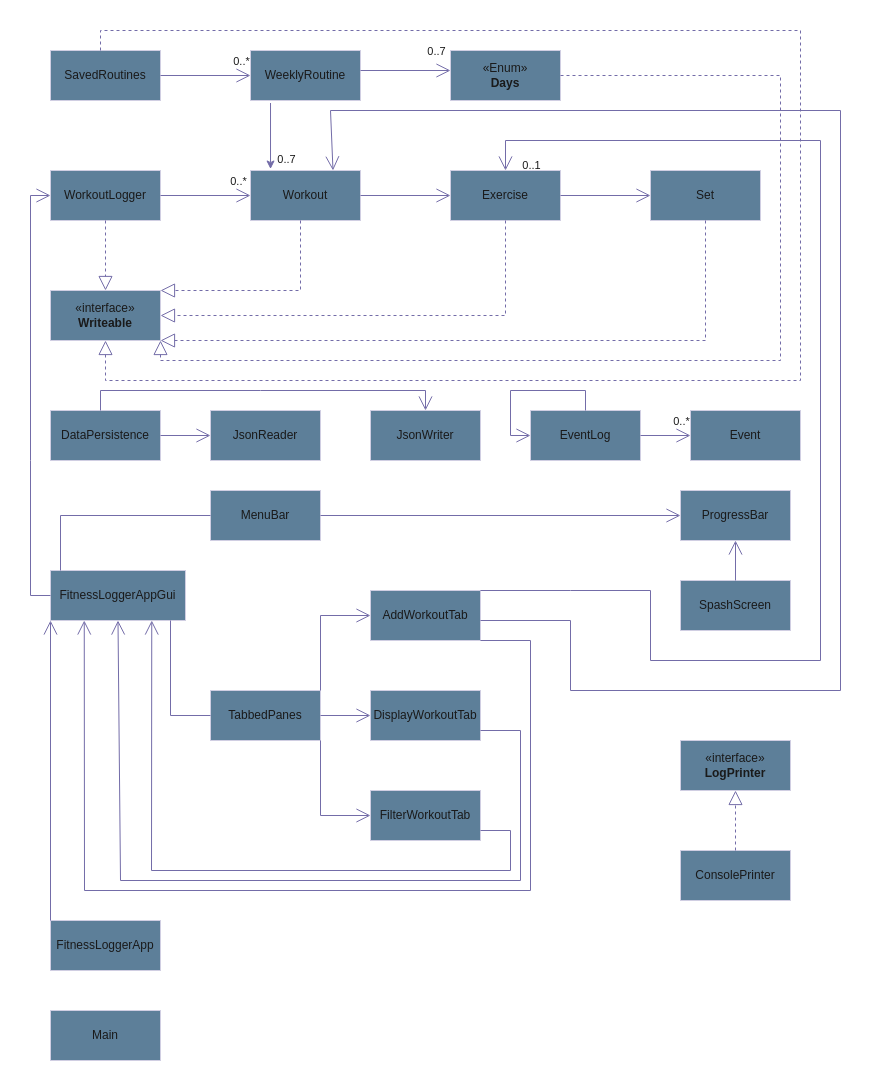
jason-mac/cpsc-210 keeps this draw.io diagram as Untitled Diagram.drawio. Above is the earlier version. Source tidied: cells renumbered, new cells numbered last; positions are measured from the earlier drawing's top-left corner, leaving out a move shared by most shapes. Both pictures are drawn from the tidied source at 100%, with x=0, y=0 at pixel (30, 30).
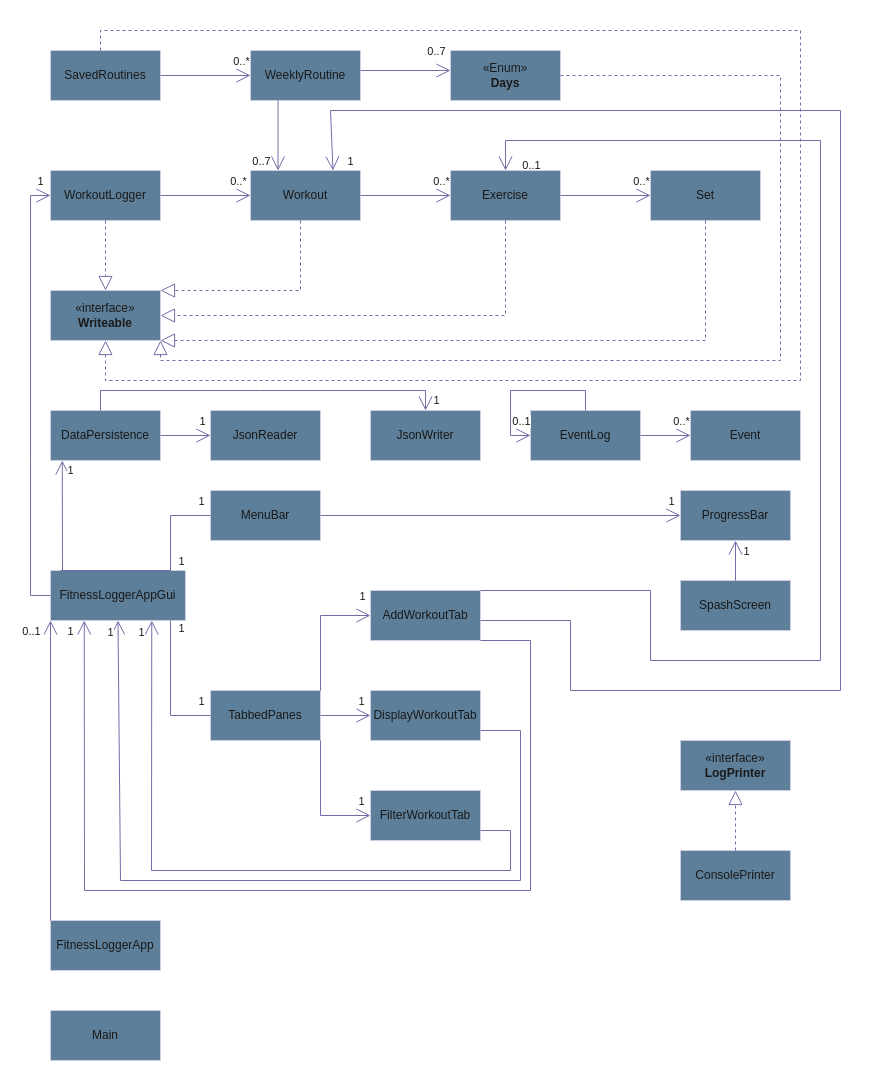
The same page after the edit.

Unchanged cells that the change refers to:
```xml
<mxCell id="5" value="WeeklyRoutine" style="html=1;whiteSpace=wrap;labelBackgroundColor=none;fillColor=#5D7F99;strokeColor=#D0CEE2;fontColor=#1A1A1A;" parent="1" vertex="1">
  <mxGeometry x="220" y="20" width="110" height="50" as="geometry" />
</mxCell>
<mxCell id="6" value="Workout" style="html=1;whiteSpace=wrap;labelBackgroundColor=none;fillColor=#5D7F99;strokeColor=#D0CEE2;fontColor=#1A1A1A;" parent="1" vertex="1">
  <mxGeometry x="220" y="140" width="110" height="50" as="geometry" />
</mxCell>
<mxCell id="12" value="DataPersistence" style="html=1;whiteSpace=wrap;labelBackgroundColor=none;fillColor=#5D7F99;strokeColor=#D0CEE2;fontColor=#1A1A1A;" parent="1" vertex="1">
  <mxGeometry x="20" y="380" width="110" height="50" as="geometry" />
</mxCell>
<mxCell id="23" value="MenuBar" style="html=1;whiteSpace=wrap;labelBackgroundColor=none;fillColor=#5D7F99;strokeColor=#D0CEE2;fontColor=#1A1A1A;" parent="1" vertex="1">
  <mxGeometry x="180" y="460" width="110" height="50" as="geometry" />
</mxCell>
<mxCell id="38" style="endArrow=open;endFill=1;endSize=12;html=1;rounded=0;entryX=0.5;entryY=0;entryDx=0;entryDy=0;labelBackgroundColor=none;strokeColor=#736CA8;fontColor=default;" parent="1" edge="1" target="11">
  <mxGeometry relative="1" as="geometry">
    <mxPoint x="70" y="380" as="sourcePoint" />
    <Array as="points">
      <mxPoint x="70" y="360" />
      <mxPoint x="230" y="360" />
      <mxPoint x="395" y="360" />
    </Array>
  </mxGeometry>
</mxCell>
<mxCell id="39" style="endArrow=open;endFill=1;endSize=12;html=1;rounded=0;exitX=1;exitY=0.5;exitDx=0;exitDy=0;entryX=0;entryY=0.5;entryDx=0;entryDy=0;labelBackgroundColor=none;strokeColor=#736CA8;fontColor=default;" parent="1" edge="1" source="12" target="10">
  <mxGeometry relative="1" as="geometry" />
</mxCell>
<mxCell id="40" style="endArrow=open;endFill=1;endSize=12;html=1;rounded=0;exitX=0.5;exitY=0;exitDx=0;exitDy=0;entryX=0;entryY=0.5;entryDx=0;entryDy=0;labelBackgroundColor=none;strokeColor=#736CA8;fontColor=default;" parent="1" edge="1" source="14" target="14">
  <mxGeometry relative="1" as="geometry">
    <Array as="points">
      <mxPoint x="555" y="360" />
      <mxPoint x="480" y="360" />
      <mxPoint x="480" y="405" />
    </Array>
  </mxGeometry>
</mxCell>
<mxCell id="44" style="endArrow=open;endFill=1;endSize=12;html=1;rounded=0;entryX=0;entryY=0.5;entryDx=0;entryDy=0;exitX=0;exitY=0.5;exitDx=0;exitDy=0;labelBackgroundColor=none;strokeColor=#736CA8;fontColor=default;" parent="1" edge="1" source="19" target="7">
  <mxGeometry relative="1" as="geometry">
    <Array as="points">
      <mxPoint y="565" />
      <mxPoint y="430" />
      <mxPoint y="165" />
    </Array>
  </mxGeometry>
</mxCell>
<mxCell id="46" style="endArrow=none;html=1;edgeStyle=orthogonalEdgeStyle;rounded=0;entryX=0;entryY=0.5;entryDx=0;entryDy=0;labelBackgroundColor=none;strokeColor=#736CA8;fontColor=default;" parent="1" edge="1" target="25">
  <mxGeometry relative="1" as="geometry">
    <mxPoint x="140" y="590" as="sourcePoint" />
    <Array as="points">
      <mxPoint x="140" y="685" />
    </Array>
  </mxGeometry>
</mxCell>
<mxCell id="47" style="endArrow=open;endFill=1;endSize=12;html=1;rounded=0;entryX=0.25;entryY=1;entryDx=0;entryDy=0;exitX=1;exitY=1;exitDx=0;exitDy=0;labelBackgroundColor=none;strokeColor=#736CA8;fontColor=default;" parent="1" edge="1" source="26" target="19">
  <mxGeometry relative="1" as="geometry">
    <Array as="points">
      <mxPoint x="500" y="610" />
      <mxPoint x="500" y="860" />
      <mxPoint x="54" y="860" />
    </Array>
  </mxGeometry>
</mxCell>
<mxCell id="48" style="endArrow=open;endFill=1;endSize=12;html=1;rounded=0;entryX=0.5;entryY=1;entryDx=0;entryDy=0;labelBackgroundColor=none;strokeColor=#736CA8;fontColor=default;" parent="1" edge="1" target="19">
  <mxGeometry relative="1" as="geometry">
    <mxPoint x="450" y="700" as="sourcePoint" />
    <Array as="points">
      <mxPoint x="490" y="700" />
      <mxPoint x="490" y="850" />
      <mxPoint x="90" y="850" />
    </Array>
  </mxGeometry>
</mxCell>
<mxCell id="49" style="endArrow=open;endFill=1;endSize=12;html=1;rounded=0;entryX=0.75;entryY=1;entryDx=0;entryDy=0;labelBackgroundColor=none;strokeColor=#736CA8;fontColor=default;" parent="1" edge="1" target="19">
  <mxGeometry relative="1" as="geometry">
    <mxPoint x="450" y="800" as="sourcePoint" />
    <Array as="points">
      <mxPoint x="480" y="800" />
      <mxPoint x="480" y="840" />
      <mxPoint x="121" y="840" />
    </Array>
  </mxGeometry>
</mxCell>
<mxCell id="50" style="endArrow=open;endFill=1;endSize=12;html=1;rounded=0;entryX=0;entryY=0.5;entryDx=0;entryDy=0;labelBackgroundColor=none;strokeColor=#736CA8;fontColor=default;" parent="1" edge="1" target="26">
  <mxGeometry relative="1" as="geometry">
    <mxPoint x="290" y="660" as="sourcePoint" />
    <Array as="points">
      <mxPoint x="290" y="585" />
    </Array>
  </mxGeometry>
</mxCell>
<mxCell id="51" style="endArrow=open;endFill=1;endSize=12;html=1;rounded=0;exitX=1;exitY=0.5;exitDx=0;exitDy=0;entryX=0;entryY=0.5;entryDx=0;entryDy=0;labelBackgroundColor=none;strokeColor=#736CA8;fontColor=default;" parent="1" edge="1" source="25" target="27">
  <mxGeometry relative="1" as="geometry" />
</mxCell>
<mxCell id="52" style="endArrow=open;endFill=1;endSize=12;html=1;rounded=0;entryX=0;entryY=0.5;entryDx=0;entryDy=0;labelBackgroundColor=none;strokeColor=#736CA8;fontColor=default;" parent="1" edge="1" target="28">
  <mxGeometry relative="1" as="geometry">
    <mxPoint x="290" y="710" as="sourcePoint" />
    <Array as="points">
      <mxPoint x="290" y="785" />
    </Array>
  </mxGeometry>
</mxCell>
<mxCell id="53" style="endArrow=open;endFill=1;endSize=12;html=1;rounded=0;entryX=0;entryY=0.5;entryDx=0;entryDy=0;labelBackgroundColor=none;strokeColor=#736CA8;fontColor=default;" parent="1" edge="1" source="23" target="22">
  <mxGeometry relative="1" as="geometry" />
</mxCell>
<mxCell id="54" style="endArrow=open;endFill=1;endSize=12;html=1;rounded=0;exitX=0.5;exitY=0;exitDx=0;exitDy=0;entryX=0.5;entryY=1;entryDx=0;entryDy=0;labelBackgroundColor=none;strokeColor=#736CA8;fontColor=default;" parent="1" edge="1" source="24" target="22">
  <mxGeometry relative="1" as="geometry" />
</mxCell>
<mxCell id="55" style="endArrow=open;endFill=1;endSize=12;html=1;rounded=0;entryX=0;entryY=1;entryDx=0;entryDy=0;labelBackgroundColor=none;strokeColor=#736CA8;fontColor=default;" parent="1" edge="1" target="19">
  <mxGeometry relative="1" as="geometry">
    <mxPoint x="20" y="890" as="sourcePoint" />
  </mxGeometry>
</mxCell>
<mxCell id="59" style="endArrow=open;endFill=1;endSize=12;html=1;rounded=0;entryX=0.75;entryY=0;entryDx=0;entryDy=0;labelBackgroundColor=none;strokeColor=#736CA8;fontColor=default;" parent="1" edge="1" target="6">
  <mxGeometry relative="1" as="geometry">
    <mxPoint x="450" y="590" as="sourcePoint" />
    <Array as="points">
      <mxPoint x="540" y="590" />
      <mxPoint x="540" y="660" />
      <mxPoint x="810" y="660" />
      <mxPoint x="810" y="80" />
      <mxPoint x="300" y="80" />
    </Array>
  </mxGeometry>
</mxCell>
<mxCell id="62" style="endArrow=open;endFill=1;endSize=12;html=1;rounded=0;strokeColor=#736CA8;fontColor=#1A1A1A;exitX=1;exitY=0.5;exitDx=0;exitDy=0;entryX=0;entryY=0.5;entryDx=0;entryDy=0;" parent="1" edge="1" source="6" target="9">
  <mxGeometry relative="1" as="geometry" />
</mxCell>
<mxCell id="63" style="endArrow=open;endFill=1;endSize=12;html=1;rounded=0;strokeColor=#736CA8;fontColor=#1A1A1A;exitX=1;exitY=0.5;exitDx=0;exitDy=0;entryX=0;entryY=0.5;entryDx=0;entryDy=0;" parent="1" edge="1" source="9" target="8">
  <mxGeometry relative="1" as="geometry" />
</mxCell>
```

Diff of the diagram source:
```diff
@@
-    <mxCell id="3" style="edgeStyle=orthogonalEdgeStyle;rounded=0;jettySize=auto;html=1;exitX=0.182;exitY=1.05;exitDx=0;exitDy=0;entryX=0.182;entryY=-0.03;entryDx=0;entryDy=0;exitPerimeter=0;entryPerimeter=0;labelBackgroundColor=none;strokeColor=#736CA8;fontColor=default;" parent="1" edge="1" source="5" target="6">
-      <mxGeometry relative="1" as="geometry" />
-    </mxCell>
-    <mxCell id="4" value="0..7" style="edgeLabel;html=1;align=center;verticalAlign=middle;labelBackgroundColor=none;fontColor=#1A1A1A;" parent="3" vertex="1">
-      <mxGeometry x="0.86" y="2" relative="1" as="geometry">
-        <mxPoint x="13" y="-5" as="offset" />
-      </mxGeometry>
-    </mxCell>
@@
+    <mxCell id="64" value="1" style="edgeLabel;html=1;align=center;verticalAlign=middle;strokeColor=#D0CEE2;fontColor=#1A1A1A;fillColor=#5D7F99;" parent="38" vertex="1">
+      <mxGeometry x="0.94" y="-1" relative="1" as="geometry">
+        <mxPoint x="11" as="offset" />
+      </mxGeometry>
+    </mxCell>
@@
+    <mxCell id="65" value="1" style="edgeLabel;html=1;align=center;verticalAlign=middle;strokeColor=#D0CEE2;fontColor=#1A1A1A;fillColor=#5D7F99;" parent="39" vertex="1">
+      <mxGeometry x="0.62" y="1" relative="1" as="geometry">
+        <mxPoint y="-14" as="offset" />
+      </mxGeometry>
+    </mxCell>
@@
+    <mxCell id="66" value="0..1" style="edgeLabel;html=1;align=center;verticalAlign=middle;strokeColor=#D0CEE2;fontColor=#1A1A1A;fillColor=#5D7F99;" parent="40" vertex="1">
+      <mxGeometry x="0.88" y="-2" relative="1" as="geometry">
+        <mxPoint y="-17" as="offset" />
+      </mxGeometry>
+    </mxCell>
@@
+    <mxCell id="67" value="1" style="edgeLabel;html=1;align=center;verticalAlign=middle;strokeColor=#D0CEE2;fontColor=#1A1A1A;fillColor=#5D7F99;" parent="44" vertex="1">
+      <mxGeometry x="0.95" y="-1" relative="1" as="geometry">
+        <mxPoint y="-16" as="offset" />
+      </mxGeometry>
+    </mxCell>
     <mxCell id="45" style="endArrow=none;html=1;edgeStyle=orthogonalEdgeStyle;rounded=0;entryX=0;entryY=0.5;entryDx=0;entryDy=0;labelBackgroundColor=none;strokeColor=#736CA8;fontColor=default;" parent="1" edge="1" target="23">
       <mxGeometry relative="1" as="geometry">
         <mxPoint x="30" y="540" as="sourcePoint" />
         <Array as="points">
-          <mxPoint x="30" y="485" />
+          <mxPoint x="140" y="540" />
+          <mxPoint x="140" y="485" />
         </Array>
       </mxGeometry>
     </mxCell>
+    <mxCell id="68" value="1" style="edgeLabel;html=1;align=center;verticalAlign=middle;strokeColor=#D0CEE2;fontColor=#1A1A1A;fillColor=#5D7F99;" parent="45" vertex="1">
+      <mxGeometry x="-0.9" y="2" relative="1" as="geometry">
+        <mxPoint x="110" y="-8" as="offset" />
+      </mxGeometry>
+    </mxCell>
+    <mxCell id="69" value="1" style="edgeLabel;html=1;align=center;verticalAlign=middle;strokeColor=#D0CEE2;fontColor=#1A1A1A;fillColor=#5D7F99;" parent="45" vertex="1">
+      <mxGeometry x="0.83" y="1" relative="1" as="geometry">
+        <mxPoint x="7" y="-14" as="offset" />
+      </mxGeometry>
+    </mxCell>
@@
+    <mxCell id="70" value="1" style="edgeLabel;html=1;align=center;verticalAlign=middle;strokeColor=#D0CEE2;fontColor=#1A1A1A;fillColor=#5D7F99;" parent="46" vertex="1">
+      <mxGeometry x="0.81" y="1" relative="1" as="geometry">
+        <mxPoint x="3" y="-14" as="offset" />
+      </mxGeometry>
+    </mxCell>
+    <mxCell id="71" value="1" style="edgeLabel;html=1;align=center;verticalAlign=middle;strokeColor=#D0CEE2;fontColor=#1A1A1A;fillColor=#5D7F99;" parent="46" vertex="1">
+      <mxGeometry x="-0.9" y="-1" relative="1" as="geometry">
+        <mxPoint x="11" as="offset" />
+      </mxGeometry>
+    </mxCell>
@@
+    <mxCell id="72" value="1" style="edgeLabel;html=1;align=center;verticalAlign=middle;strokeColor=#D0CEE2;fontColor=#1A1A1A;fillColor=#5D7F99;" parent="47" vertex="1">
+      <mxGeometry x="0.98" y="-2" relative="1" as="geometry">
+        <mxPoint x="-16" y="1" as="offset" />
+      </mxGeometry>
+    </mxCell>
@@
+    <mxCell id="73" value="1" style="edgeLabel;html=1;align=center;verticalAlign=middle;strokeColor=#D0CEE2;fontColor=#1A1A1A;fillColor=#5D7F99;" parent="48" vertex="1">
+      <mxGeometry x="0.98" y="-1" relative="1" as="geometry">
+        <mxPoint x="-9" y="3" as="offset" />
+      </mxGeometry>
+    </mxCell>
@@
+    <mxCell id="74" value="1" style="edgeLabel;html=1;align=center;verticalAlign=middle;strokeColor=#D0CEE2;fontColor=#1A1A1A;fillColor=#5D7F99;" parent="49" vertex="1">
+      <mxGeometry x="0.97" y="-1" relative="1" as="geometry">
+        <mxPoint x="-12" y="1" as="offset" />
+      </mxGeometry>
+    </mxCell>
@@
+    <mxCell id="75" value="1" style="edgeLabel;html=1;align=center;verticalAlign=middle;strokeColor=#D0CEE2;fontColor=#1A1A1A;fillColor=#5D7F99;" parent="50" vertex="1">
+      <mxGeometry x="0.8" y="-1" relative="1" as="geometry">
+        <mxPoint x="3" y="-21" as="offset" />
+      </mxGeometry>
+    </mxCell>
@@
+    <mxCell id="76" value="1" style="edgeLabel;html=1;align=center;verticalAlign=middle;strokeColor=#D0CEE2;fontColor=#1A1A1A;fillColor=#5D7F99;" parent="51" vertex="1">
+      <mxGeometry x="0.65" y="1" relative="1" as="geometry">
+        <mxPoint x="-1" y="-14" as="offset" />
+      </mxGeometry>
+    </mxCell>
@@
+    <mxCell id="77" value="1" style="edgeLabel;html=1;align=center;verticalAlign=middle;strokeColor=#D0CEE2;fontColor=#1A1A1A;fillColor=#5D7F99;" parent="52" vertex="1">
+      <mxGeometry x="0.86" y="-1" relative="1" as="geometry">
+        <mxPoint x="-1" y="-16" as="offset" />
+      </mxGeometry>
+    </mxCell>
@@
+    <mxCell id="78" value="1" style="edgeLabel;html=1;align=center;verticalAlign=middle;strokeColor=#D0CEE2;fontColor=#1A1A1A;fillColor=#5D7F99;" parent="53" vertex="1">
+      <mxGeometry x="0.92" y="1" relative="1" as="geometry">
+        <mxPoint x="4" y="-14" as="offset" />
+      </mxGeometry>
+    </mxCell>
@@
+    <mxCell id="79" value="1" style="edgeLabel;html=1;align=center;verticalAlign=middle;strokeColor=#D0CEE2;fontColor=#1A1A1A;fillColor=#5D7F99;" parent="54" vertex="1">
+      <mxGeometry x="0.19" y="-2" relative="1" as="geometry">
+        <mxPoint x="8" y="-6" as="offset" />
+      </mxGeometry>
+    </mxCell>
@@
+    <mxCell id="80" value="0..1" style="edgeLabel;html=1;align=center;verticalAlign=middle;strokeColor=#D0CEE2;fontColor=#1A1A1A;fillColor=#5D7F99;" parent="55" vertex="1">
+      <mxGeometry x="0.93" relative="1" as="geometry">
+        <mxPoint x="-20" as="offset" />
+      </mxGeometry>
+    </mxCell>
@@
+    <mxCell id="81" value="1" style="edgeLabel;html=1;align=center;verticalAlign=middle;strokeColor=#D0CEE2;fontColor=#1A1A1A;fillColor=#5D7F99;" parent="59" vertex="1">
+      <mxGeometry x="0.98" y="-2" relative="1" as="geometry">
+        <mxPoint x="20" y="6" as="offset" />
+      </mxGeometry>
+    </mxCell>
@@
+    <mxCell id="82" value="0..*" style="edgeLabel;html=1;align=center;verticalAlign=middle;strokeColor=#D0CEE2;fontColor=#1A1A1A;fillColor=#5D7F99;" parent="62" vertex="1">
+      <mxGeometry x="0.72" relative="1" as="geometry">
+        <mxPoint x="3" y="-15" as="offset" />
+      </mxGeometry>
+    </mxCell>
@@
+    <mxCell id="83" value="0..*" style="edgeLabel;html=1;align=center;verticalAlign=middle;strokeColor=#D0CEE2;fontColor=#1A1A1A;fillColor=#5D7F99;" parent="63" vertex="1">
+      <mxGeometry x="0.63" y="2" relative="1" as="geometry">
+        <mxPoint x="7" y="-13" as="offset" />
+      </mxGeometry>
+    </mxCell>
+    <mxCell id="3" style="endArrow=open;endFill=1;endSize=12;html=1;rounded=0;strokeColor=#736CA8;fontColor=#1A1A1A;entryX=0.25;entryY=0;entryDx=0;entryDy=0;exitX=0.25;exitY=1;exitDx=0;exitDy=0;" parent="1" edge="1" source="5" target="6">
+      <mxGeometry relative="1" as="geometry" />
+    </mxCell>
+    <mxCell id="4" value="0..7" style="edgeLabel;html=1;align=center;verticalAlign=middle;strokeColor=#D0CEE2;fontColor=#1A1A1A;fillColor=#5D7F99;" parent="3" vertex="1">
+      <mxGeometry x="0.71" y="-1" relative="1" as="geometry">
+        <mxPoint x="-16" as="offset" />
+      </mxGeometry>
+    </mxCell>
+    <mxCell id="84" style="endArrow=open;endFill=1;endSize=12;html=1;rounded=0;strokeColor=#736CA8;fontColor=#1A1A1A;entryX=0.107;entryY=1;entryDx=0;entryDy=0;entryPerimeter=0;" parent="1" edge="1" target="12">
+      <mxGeometry relative="1" as="geometry">
+        <mxPoint x="32" y="540" as="sourcePoint" />
+      </mxGeometry>
+    </mxCell>
+    <mxCell id="85" value="1" style="edgeLabel;html=1;align=center;verticalAlign=middle;strokeColor=#D0CEE2;fontColor=#1A1A1A;fillColor=#5D7F99;" parent="84" vertex="1">
+      <mxGeometry x="0.82" y="-3" relative="1" as="geometry">
+        <mxPoint x="5" as="offset" />
+      </mxGeometry>
+    </mxCell>
```
